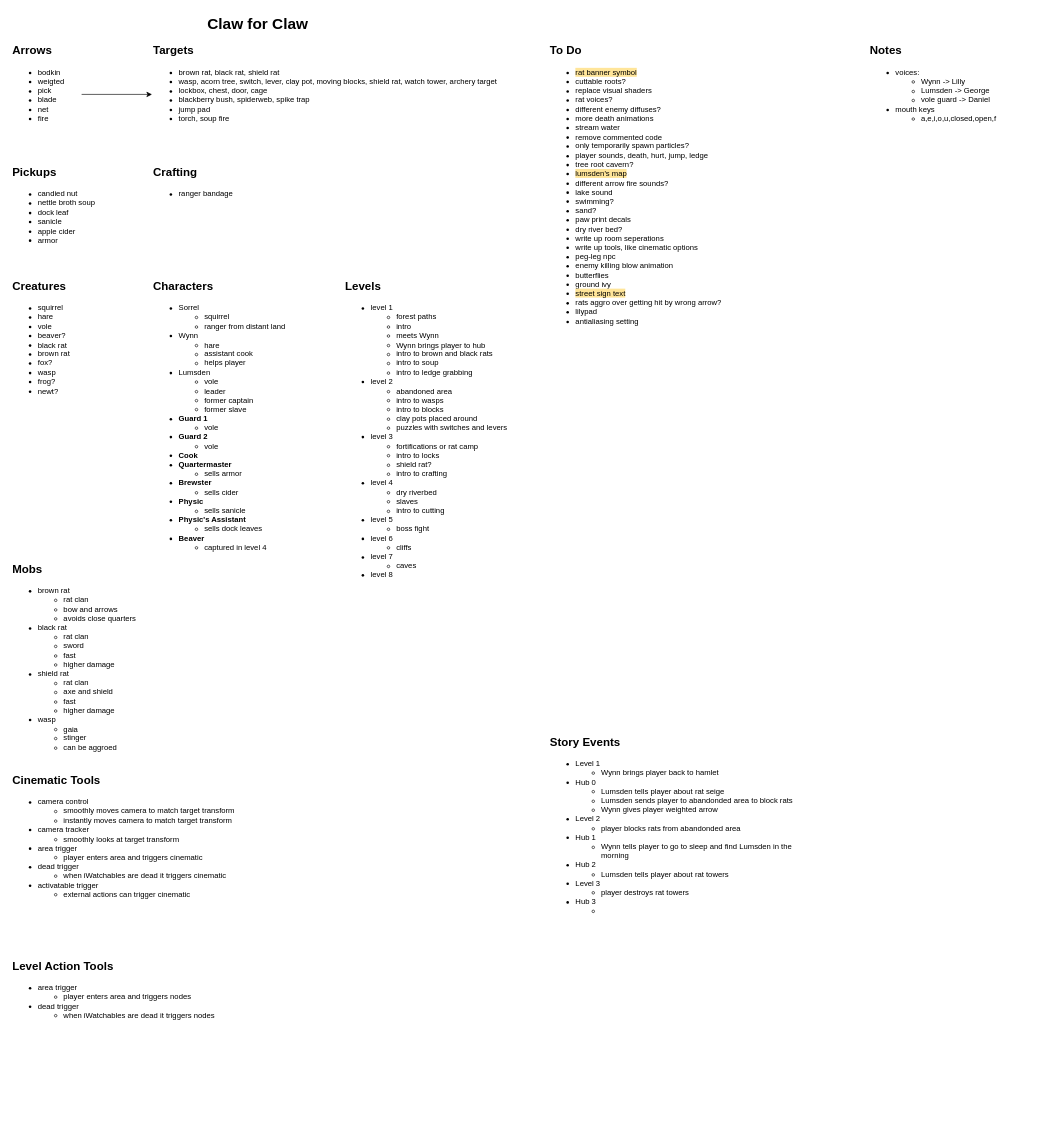
The draw.io diagram Planning/design-doc.drawio in camerondedore/Godot-Project-3, before the edit. Source tidied: cells renumbered, new cells numbered last; positions are measured from the earlier drawing's top-left corner, leaving out a move shared by most shapes. Both pictures are drawn from the tidied source at 64%, with x=0, y=0 at pixel (11, 11).
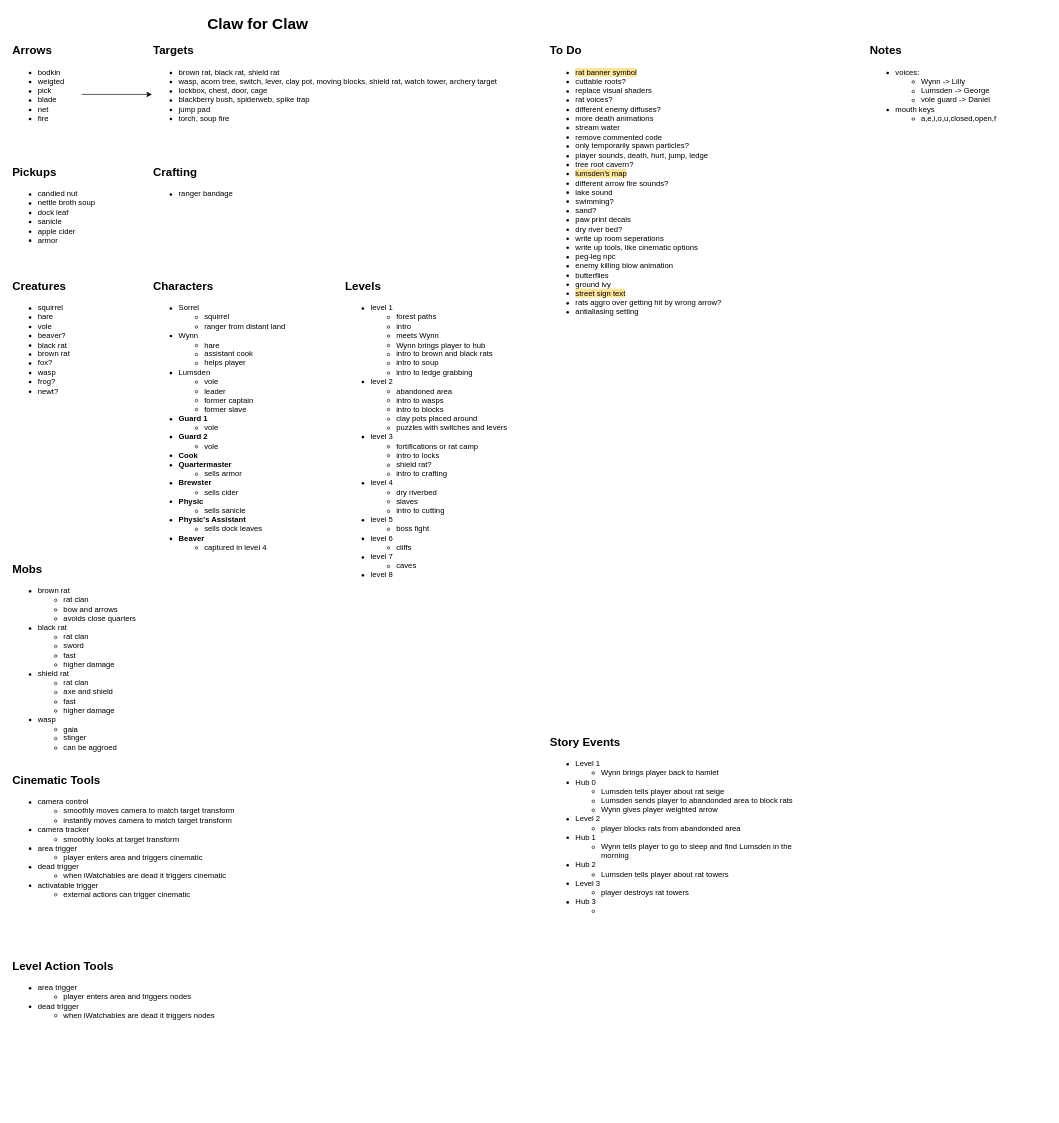
After the change.

Diff of the diagram source:
```diff
@@
-    <mxCell id="19" value="&lt;ul&gt;&lt;li&gt;&lt;span style=&quot;background-color: rgb(255, 229, 153);&quot;&gt;rat banner symbol&lt;/span&gt;&lt;/li&gt;&lt;li&gt;cuttable roots?&lt;/li&gt;&lt;li&gt;replace visual shaders&lt;/li&gt;&lt;li&gt;rat voices?&lt;/li&gt;&lt;li&gt;different enemy diffuses?&lt;/li&gt;&lt;li&gt;more death animations&lt;/li&gt;&lt;li&gt;&lt;span style=&quot;background-color: transparent; color: light-dark(rgb(0, 0, 0), rgb(255, 255, 255));&quot;&gt;stream water&lt;/span&gt;&lt;br&gt;&lt;/li&gt;&lt;li&gt;remove commented code&lt;/li&gt;&lt;li&gt;only temporarily spawn particles?&lt;/li&gt;&lt;li&gt;player sounds, death, hurt, jump, ledge&lt;/li&gt;&lt;li&gt;tree root cavern?&lt;/li&gt;&lt;li&gt;&lt;font style=&quot;color: rgb(0, 0, 0); background-color: rgb(255, 229, 153);&quot;&gt;lumsden's map&lt;/font&gt;&lt;/li&gt;&lt;li&gt;different arrow fire sounds?&lt;/li&gt;&lt;li&gt;lake sound&lt;/li&gt;&lt;li&gt;swimming?&lt;/li&gt;&lt;li&gt;&lt;span&gt;sand&lt;/span&gt;?&lt;/li&gt;&lt;li&gt;paw print decals&lt;/li&gt;&lt;li&gt;dry river bed?&lt;/li&gt;&lt;li&gt;write up room seperations&lt;/li&gt;&lt;li&gt;write up tools, like cinematic options&lt;/li&gt;&lt;li&gt;peg-leg npc&lt;/li&gt;&lt;li&gt;enemy killing blow animation&lt;/li&gt;&lt;li&gt;butterflies&lt;/li&gt;&lt;li&gt;ground ivy&lt;/li&gt;&lt;li&gt;&lt;span style=&quot;background-color: rgb(255, 229, 153);&quot;&gt;street sign text&lt;/span&gt;&lt;/li&gt;&lt;li&gt;&lt;span&gt;rats aggro over getting hit by wrong arrow?&lt;/span&gt;&lt;/li&gt;&lt;li&gt;&lt;span&gt;lilypad&lt;/span&gt;&lt;/li&gt;&lt;li&gt;&lt;span&gt;antialiasing setting&lt;/span&gt;&lt;/li&gt;&lt;/ul&gt;" style="text;html=1;align=left;verticalAlign=top;whiteSpace=wrap;rounded=0;" parent="1" vertex="1">
+    <mxCell id="19" value="&lt;ul&gt;&lt;li&gt;&lt;span style=&quot;background-color: rgb(255, 229, 153);&quot;&gt;rat banner symbol&lt;/span&gt;&lt;/li&gt;&lt;li&gt;cuttable roots?&lt;/li&gt;&lt;li&gt;replace visual shaders&lt;/li&gt;&lt;li&gt;rat voices?&lt;/li&gt;&lt;li&gt;different enemy diffuses?&lt;/li&gt;&lt;li&gt;more death animations&lt;/li&gt;&lt;li&gt;&lt;span style=&quot;background-color: transparent; color: light-dark(rgb(0, 0, 0), rgb(255, 255, 255));&quot;&gt;stream water&lt;/span&gt;&lt;br&gt;&lt;/li&gt;&lt;li&gt;remove commented code&lt;/li&gt;&lt;li&gt;only temporarily spawn particles?&lt;/li&gt;&lt;li&gt;player sounds, death, hurt, jump, ledge&lt;/li&gt;&lt;li&gt;tree root cavern?&lt;/li&gt;&lt;li&gt;&lt;font style=&quot;color: rgb(0, 0, 0); background-color: rgb(255, 229, 153);&quot;&gt;lumsden's map&lt;/font&gt;&lt;/li&gt;&lt;li&gt;different arrow fire sounds?&lt;/li&gt;&lt;li&gt;lake sound&lt;/li&gt;&lt;li&gt;swimming?&lt;/li&gt;&lt;li&gt;&lt;span&gt;sand&lt;/span&gt;?&lt;/li&gt;&lt;li&gt;paw print decals&lt;/li&gt;&lt;li&gt;dry river bed?&lt;/li&gt;&lt;li&gt;write up room seperations&lt;/li&gt;&lt;li&gt;write up tools, like cinematic options&lt;/li&gt;&lt;li&gt;peg-leg npc&lt;/li&gt;&lt;li&gt;enemy killing blow animation&lt;/li&gt;&lt;li&gt;butterflies&lt;/li&gt;&lt;li&gt;ground ivy&lt;/li&gt;&lt;li&gt;&lt;span style=&quot;background-color: rgb(255, 229, 153);&quot;&gt;street sign text&lt;/span&gt;&lt;/li&gt;&lt;li&gt;&lt;span&gt;rats aggro over getting hit by wrong arrow?&lt;/span&gt;&lt;/li&gt;&lt;li&gt;&lt;span&gt;antialiasing setting&lt;/span&gt;&lt;/li&gt;&lt;/ul&gt;" style="text;html=1;align=left;verticalAlign=top;whiteSpace=wrap;rounded=0;" parent="1" vertex="1">
       <mxGeometry x="840" y="70" width="280" height="440" as="geometry" />
     </mxCell>
```
